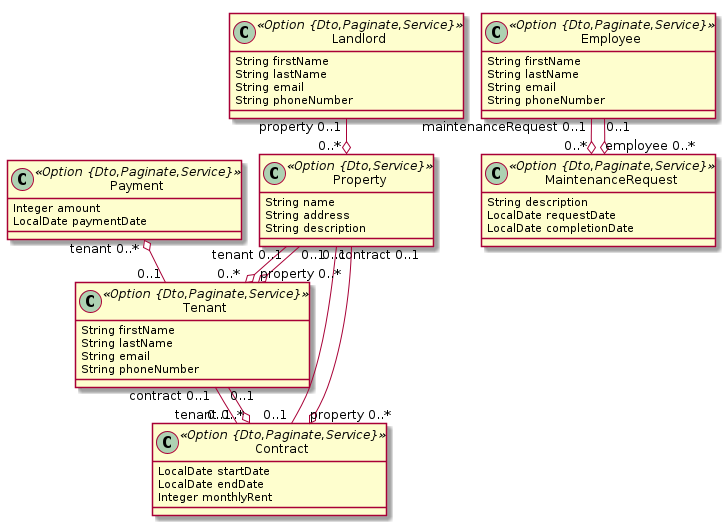
Above: property-management.png in kevintanhongann/jhipster-jdl-collection (PlantUML), before the change. The source it was exported from:
```plantuml
@startuml
	!pragma layout smetana
	!pragma syntax class
	class Property <<Option {Dto,Service}>> {
		String name
		String address
		String description
	}
	class Tenant <<Option {Dto,Paginate,Service}>> {
		String firstName
		String lastName
		String email
		String phoneNumber
	}
	class Landlord <<Option {Dto,Paginate,Service}>> {
		String firstName
		String lastName
		String email
		String phoneNumber
	}
	class Employee <<Option {Dto,Paginate,Service}>> {
		String firstName
		String lastName
		String email
		String phoneNumber
	}
	class Contract <<Option {Dto,Paginate,Service}>> {
		LocalDate startDate
		LocalDate endDate
		Integer monthlyRent
	}
	class Payment <<Option {Dto,Paginate,Service}>> {
		Integer amount
		LocalDate paymentDate
	}
	class MaintenanceRequest <<Option {Dto,Paginate,Service}>> {
		String description
		LocalDate requestDate
		LocalDate completionDate
	}
	Tenant  "contract 0..1 " -- "0..1 "  Contract
	Property  "contract 0..1 " -- "0..1 "  Contract
	Property  "tenant 0..1 " --o "0..* "  Tenant
	Landlord  "property 0..1 " --o "0..* "  Property
	Employee  "maintenanceRequest 0..1 " --o "0..* "  MaintenanceRequest
	Tenant  "property 0..* " o-- "0..1 "  Property
	Contract  "tenant 0..* " o-- "0..1 "  Tenant
	Contract  "property 0..* " o-- "0..1 "  Property
	Payment  "tenant 0..* " o-- "0..1 "  Tenant
	MaintenanceRequest  "employee 0..* " o-- "0..1 "  Employee
@enduml
```
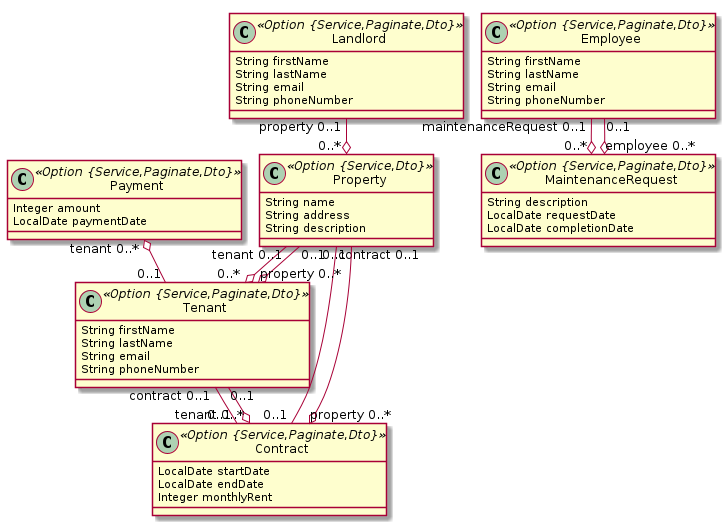
Later version of the same file.

Diff of the diagram source:
```diff
@@ -1,39 +1,39 @@
 @startuml
 	!pragma layout smetana
 	!pragma syntax class
-	class Property <<Option {Dto,Service}>> {
+	class Property <<Option {Service,Dto}>> {
 		String name
 		String address
 		String description
 	}
-	class Tenant <<Option {Dto,Paginate,Service}>> {
+	class Tenant <<Option {Service,Paginate,Dto}>> {
 		String firstName
 		String lastName
 		String email
 		String phoneNumber
 	}
-	class Landlord <<Option {Dto,Paginate,Service}>> {
+	class Landlord <<Option {Service,Paginate,Dto}>> {
 		String firstName
 		String lastName
 		String email
 		String phoneNumber
 	}
-	class Employee <<Option {Dto,Paginate,Service}>> {
+	class Employee <<Option {Service,Paginate,Dto}>> {
 		String firstName
 		String lastName
 		String email
 		String phoneNumber
 	}
-	class Contract <<Option {Dto,Paginate,Service}>> {
+	class Contract <<Option {Service,Paginate,Dto}>> {
 		LocalDate startDate
 		LocalDate endDate
 		Integer monthlyRent
 	}
-	class Payment <<Option {Dto,Paginate,Service}>> {
+	class Payment <<Option {Service,Paginate,Dto}>> {
 		Integer amount
 		LocalDate paymentDate
 	}
-	class MaintenanceRequest <<Option {Dto,Paginate,Service}>> {
+	class MaintenanceRequest <<Option {Service,Paginate,Dto}>> {
 		String description
 		LocalDate requestDate
 		LocalDate completionDate
```
